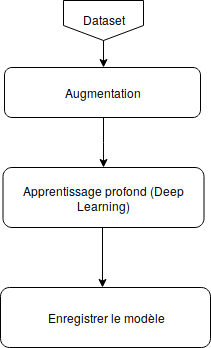
Above: thesis/chapiter-1/img-Chapiter-3/modele1.png in gabrieleldose27/CATT (draw.io), before the change. Source tidied: cells renumbered, new cells last; positions are measured from the earlier drawing's top-left corner, leaving out a move shared by most shapes.
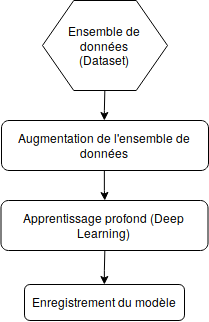
The same diagram one commit later.

Change to the diagram source:
```diff
@@ -2,40 +2,32 @@
   <root>
     <mxCell id="0" />
     <mxCell id="1" parent="0" />
-    <mxCell id="2" style="shape=offPageConnector;whiteSpace=wrap;html=1;" parent="1" vertex="1">
-      <mxGeometry x="63" width="80" height="40" as="geometry" />
-    </mxCell>
-    <mxCell id="3" value="Dataset" style="text;html=1;strokeColor=none;fillColor=none;align=center;verticalAlign=middle;whiteSpace=wrap;rounded=0;" parent="1" vertex="1">
-      <mxGeometry x="83" y="9" width="40" height="20" as="geometry" />
-    </mxCell>
-    <mxCell id="4" style="endArrow=classic;html=1;" parent="1" edge="1">
-      <mxGeometry relative="1" as="geometry">
-        <mxPoint x="103" y="40" as="sourcePoint" />
-        <mxPoint x="103" y="67" as="targetPoint" />
-      </mxGeometry>
-    </mxCell>
-    <mxCell id="5" style="edgeStyle=orthogonalEdgeStyle;rounded=0;jettySize=auto;html=1;startArrow=none;startFill=0;" parent="1" edge="1" source="6" target="7">
-      <mxGeometry relative="1" as="geometry">
-        <Array as="points">
-          <mxPoint x="103" y="142" />
-          <mxPoint x="103" y="142" />
-        </Array>
-      </mxGeometry>
-    </mxCell>
-    <mxCell id="6" value="Augmentation" style="rounded=1;whiteSpace=wrap;html=1;" parent="1" vertex="1">
-      <mxGeometry x="4" y="67" width="196" height="50" as="geometry" />
-    </mxCell>
+    <mxCell id="10" style="edgeStyle=orthogonalEdgeStyle;rounded=0;jettySize=auto;html=1;" parent="1" edge="1" target="12">
+      <mxGeometry relative="1" as="geometry">
+        <mxPoint x="106.3" y="57" as="sourcePoint" />
+      </mxGeometry>
+    </mxCell>
+    <mxCell id="11" style="edgeStyle=orthogonalEdgeStyle;rounded=0;jettySize=auto;html=1;" parent="1" edge="1" source="12">
+      <mxGeometry relative="1" as="geometry">
+        <mxPoint x="106.3" y="167" as="targetPoint" />
+      </mxGeometry>
+    </mxCell>
+    <mxCell id="12" value="Augmentation de l'ensemble de données" style="rounded=1;whiteSpace=wrap;html=1;" parent="1" vertex="1">
+      <mxGeometry x="3" y="87" width="207" height="50" as="geometry" />
+    </mxCell>
+    <mxCell id="13" style="edgeStyle=orthogonalEdgeStyle;rounded=0;jettySize=auto;html=1;" parent="1" edge="1" target="14">
+      <mxGeometry relative="1" as="geometry">
+        <mxPoint x="106.3" y="217" as="sourcePoint" />
+      </mxGeometry>
+    </mxCell>
+    <mxCell id="14" value="Enregistrement du modèle" style="rounded=1;whiteSpace=wrap;html=1;" parent="1" vertex="1">
+      <mxGeometry x="26" y="251" width="160" height="36" as="geometry" />
+    </mxCell>
-    <mxCell id="7" value="Apprentissage profond (Deep Learning) " style="rounded=1;whiteSpace=wrap;html=1;" parent="1" vertex="1">
-      <mxGeometry x="2.5" y="167" width="201" height="60" as="geometry" />
+    <mxCell id="7" value="Apprentissage profond (Deep Learning)" style="rounded=1;whiteSpace=wrap;html=1;" parent="1" vertex="1">
+      <mxGeometry x="2.5" y="167" width="207" height="50" as="geometry" />
     </mxCell>
-    <mxCell id="8" style="endArrow=classic;html=1;" parent="1" edge="1">
-      <mxGeometry relative="1" as="geometry">
-        <mxPoint x="102" y="227" as="sourcePoint" />
-        <mxPoint x="102" y="287" as="targetPoint" />
-      </mxGeometry>
-    </mxCell>
-    <mxCell id="9" value="Enregistrer le modèle" style="rounded=1;whiteSpace=wrap;html=1;" parent="1" vertex="1">
-      <mxGeometry y="287" width="210" height="60" as="geometry" />
-    </mxCell>
+    <mxCell id="15" value="&lt;div&gt;Ensemble de données&lt;/div&gt;&lt;div&gt;(Dataset)&lt;br&gt;&lt;/div&gt;" style="shape=hexagon;perimeter=hexagonPerimeter2;whiteSpace=wrap;html=1;" parent="1" vertex="1">
+      <mxGeometry x="44" y="-33" width="125" height="90" as="geometry" />
+    </mxCell>
   </root>
 </mxGraphModel>
```
